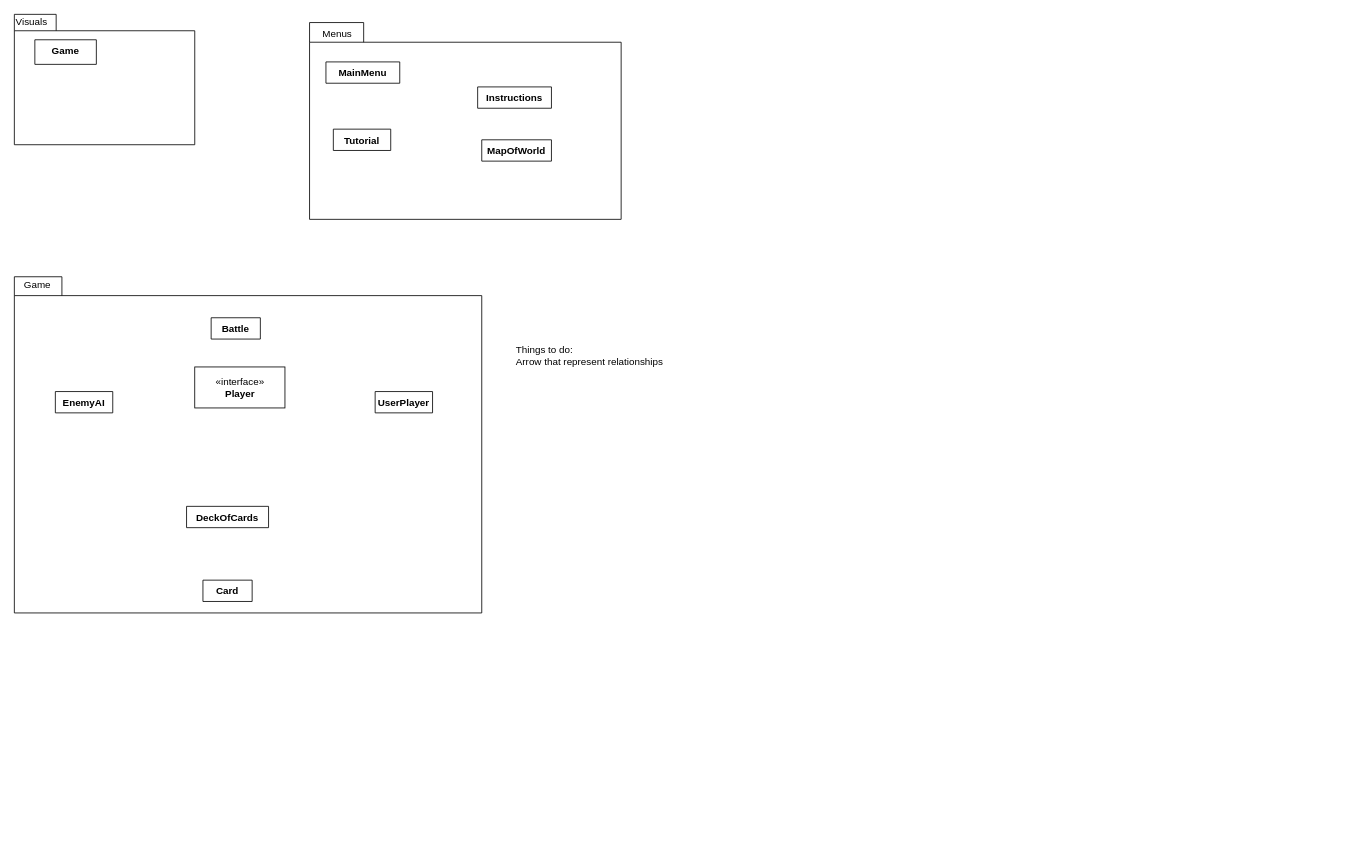
Above: UML class diagram.drawio in hughwilliams1/XDaysLeft (draw.io), before the change. Source tidied: cells renumbered, new cells numbered last; positions are measured from the earlier drawing's top-left corner, leaving out a move shared by most shapes. Both pictures are drawn from the tidied source at 82%, with x=0, y=0 at pixel (14, 14).
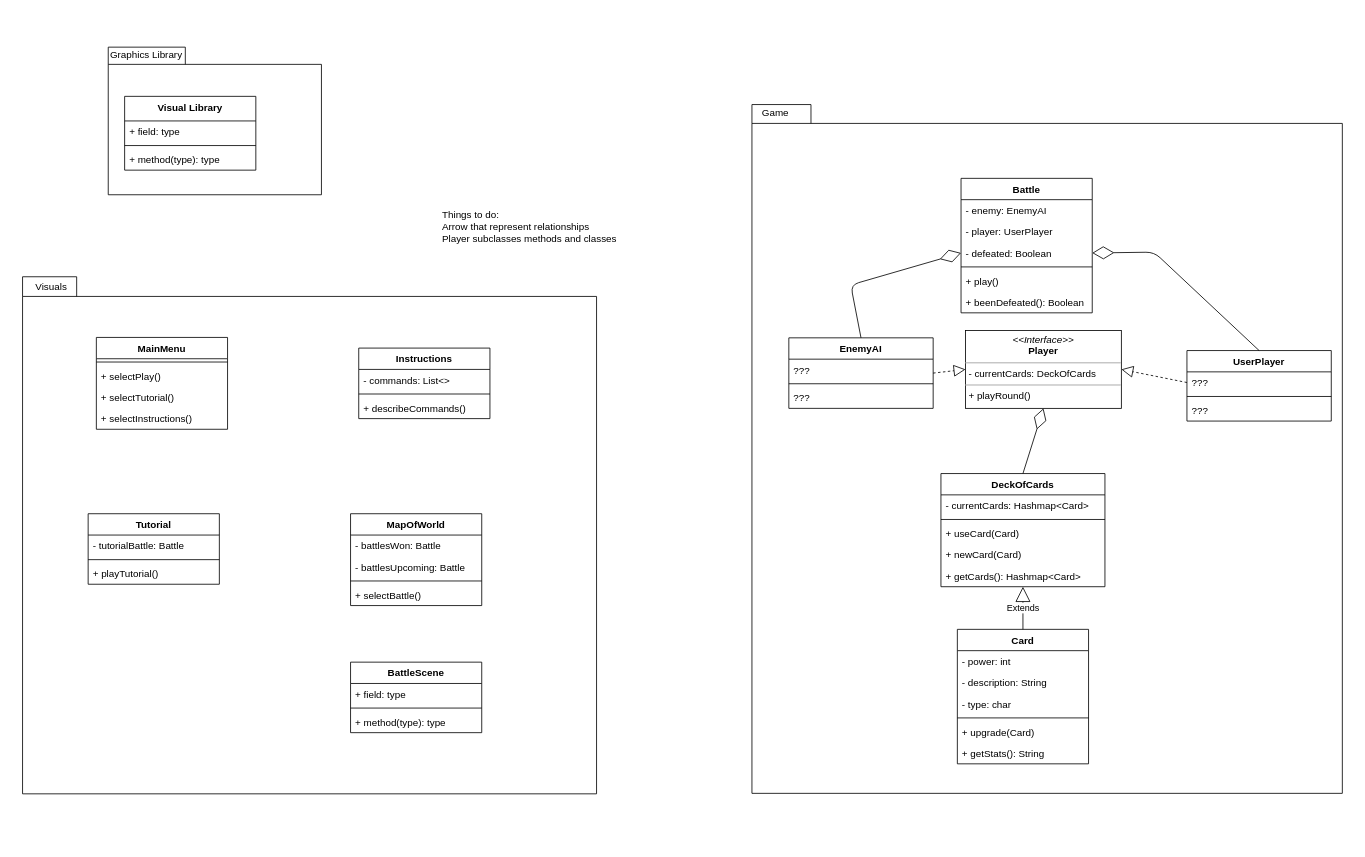
After the change.

The edit, as a diff of the source:
```diff
@@
-    <mxCell id="2" style="group;" parent="1" vertex="1">
-      <mxGeometry y="320" width="570" height="410" as="geometry" />
-    </mxCell>
-    <mxCell id="3" style="shape=folder;fontStyle=1;spacingTop=10;tabWidth=58;tabHeight=23;tabPosition=left;html=1;" parent="2" vertex="1">
-      <mxGeometry width="570" height="410" as="geometry" />
-    </mxCell>
-    <mxCell id="4" value="Game" style="text;html=1;align=left;verticalAlign=top;spacingTop=-4;" parent="2" vertex="1">
-      <mxGeometry x="9.5" width="50" height="20" as="geometry" />
-    </mxCell>
-    <mxCell id="5" value="DeckOfCards" style="swimlane;fontStyle=1;align=center;verticalAlign=top;horizontal=1;startSize=26;" parent="2" vertex="1" collapsed="1">
-      <mxGeometry x="210" y="280" width="100" height="26" as="geometry" />
-    </mxCell>
-    <mxCell id="6" value="Card" style="swimlane;fontStyle=1;align=center;verticalAlign=top;horizontal=1;startSize=26;" parent="2" vertex="1" collapsed="1">
-      <mxGeometry x="230" y="370" width="60" height="26" as="geometry" />
-    </mxCell>
-    <mxCell id="7" value="«interface»&lt;br&gt;&lt;b&gt;Player&lt;/b&gt;" style="html=1;" parent="2" vertex="1">
-      <mxGeometry x="220" y="110" width="110" height="50" as="geometry" />
-    </mxCell>
-    <mxCell id="8" value="UserPlayer" style="swimlane;fontStyle=1;align=center;verticalAlign=top;horizontal=1;startSize=26;" parent="2" vertex="1" collapsed="1">
-      <mxGeometry x="440" y="140" width="70" height="26" as="geometry" />
-    </mxCell>
-    <mxCell id="9" value="EnemyAI" style="swimlane;fontStyle=1;align=center;verticalAlign=top;horizontal=1;startSize=26;" parent="2" vertex="1" collapsed="1">
-      <mxGeometry x="50" y="140" width="70" height="26" as="geometry" />
-    </mxCell>
-    <mxCell id="10" value="Battle" style="swimlane;fontStyle=1;align=center;verticalAlign=top;horizontal=1;startSize=26;" parent="2" vertex="1" collapsed="1">
-      <mxGeometry x="240" y="50" width="60" height="26" as="geometry" />
-    </mxCell>
     <mxCell id="11" style="group;" parent="1" vertex="1">
-      <mxGeometry x="360" y="10" width="380" height="240" as="geometry" />
+      <mxGeometry x="10" y="320" width="700" height="690" as="geometry" />
     </mxCell>
     <mxCell id="12" style="shape=folder;fontStyle=1;spacingTop=10;tabWidth=66;tabHeight=24;tabPosition=left;html=1;" parent="11" vertex="1">
-      <mxGeometry width="380" height="240" as="geometry" />
+      <mxGeometry width="700" height="630.6" as="geometry" />
     </mxCell>
-    <mxCell id="13" value="Menus" style="text;html=1;align=left;verticalAlign=top;spacingTop=-4;" parent="11" vertex="1">
-      <mxGeometry x="14.1" y="4" width="50" height="20" as="geometry" />
+    <mxCell id="13" value="Visuals" style="text;html=1;align=left;verticalAlign=top;spacingTop=-4;" parent="11" vertex="1">
+      <mxGeometry x="14.1" y="3" width="50" height="20" as="geometry" />
     </mxCell>
+    <mxCell id="16" value="Tutorial" style="swimlane;fontStyle=1;align=center;verticalAlign=top;horizontal=1;startSize=26;" parent="11" vertex="1">
+      <mxGeometry x="80" y="289" width="160" height="86" as="geometry" />
+    </mxCell>
+    <mxCell id="23" value="- tutorialBattle: Battle" style="text;strokeColor=none;fillColor=none;align=left;verticalAlign=top;spacingLeft=4;spacingRight=4;overflow=hidden;" parent="16" vertex="1">
+      <mxGeometry y="26" width="160" height="26" as="geometry" />
+    </mxCell>
+    <mxCell id="24" style="line;strokeWidth=1;fillColor=none;align=left;verticalAlign=middle;spacingTop=-1;spacingLeft=3;spacingRight=3;labelPosition=right;" parent="16" vertex="1">
+      <mxGeometry y="52" width="160" height="8" as="geometry" />
+    </mxCell>
+    <mxCell id="25" value="+ playTutorial()" style="text;strokeColor=none;fillColor=none;align=left;verticalAlign=top;spacingLeft=4;spacingRight=4;overflow=hidden;" parent="16" vertex="1">
+      <mxGeometry y="60" width="160" height="26" as="geometry" />
+    </mxCell>
+    <mxCell id="26" value="BattleScene" style="swimlane;fontStyle=1;align=center;verticalAlign=top;horizontal=1;startSize=26;" parent="11" vertex="1">
+      <mxGeometry x="400" y="470" width="160" height="86" as="geometry" />
+    </mxCell>
+    <mxCell id="27" value="+ field: type" style="text;strokeColor=none;fillColor=none;align=left;verticalAlign=top;spacingLeft=4;spacingRight=4;overflow=hidden;" parent="26" vertex="1">
+      <mxGeometry y="26" width="160" height="26" as="geometry" />
+    </mxCell>
+    <mxCell id="28" style="line;strokeWidth=1;fillColor=none;align=left;verticalAlign=middle;spacingTop=-1;spacingLeft=3;spacingRight=3;labelPosition=right;" parent="26" vertex="1">
+      <mxGeometry y="52" width="160" height="8" as="geometry" />
+    </mxCell>
+    <mxCell id="29" value="+ method(type): type" style="text;strokeColor=none;fillColor=none;align=left;verticalAlign=top;spacingLeft=4;spacingRight=4;overflow=hidden;" parent="26" vertex="1">
+      <mxGeometry y="60" width="160" height="26" as="geometry" />
+    </mxCell>
+    <mxCell id="21" value="MainMenu" style="swimlane;fontStyle=1;align=center;verticalAlign=top;horizontal=1;startSize=26;" parent="11" vertex="1">
+      <mxGeometry x="90" y="74" width="160" height="112" as="geometry" />
+    </mxCell>
+    <mxCell id="30" style="line;strokeWidth=1;fillColor=none;align=left;verticalAlign=middle;spacingTop=-1;spacingLeft=3;spacingRight=3;labelPosition=right;" parent="21" vertex="1">
+      <mxGeometry y="26" width="160" height="8" as="geometry" />
+    </mxCell>
+    <mxCell id="31" value="+ selectPlay()" style="text;strokeColor=none;fillColor=none;align=left;verticalAlign=top;spacingLeft=4;spacingRight=4;overflow=hidden;" parent="21" vertex="1">
+      <mxGeometry y="34" width="160" height="26" as="geometry" />
+    </mxCell>
+    <mxCell id="32" value="+ selectTutorial()" style="text;strokeColor=none;fillColor=none;align=left;verticalAlign=top;spacingLeft=4;spacingRight=4;overflow=hidden;" parent="21" vertex="1">
+      <mxGeometry y="60" width="160" height="26" as="geometry" />
+    </mxCell>
+    <mxCell id="33" value="+ selectInstructions()" style="text;strokeColor=none;fillColor=none;align=left;verticalAlign=top;spacingLeft=4;spacingRight=4;overflow=hidden;" parent="21" vertex="1">
+      <mxGeometry y="86" width="160" height="26" as="geometry" />
+    </mxCell>
-    <mxCell id="14" value="Instructions" style="swimlane;fontStyle=1;align=center;verticalAlign=top;horizontal=1;startSize=26;" parent="11" vertex="1" collapsed="1">
-      <mxGeometry x="205" y="78.5" width="90" height="26" as="geometry" />
+    <mxCell id="14" value="Instructions" style="swimlane;fontStyle=1;align=center;verticalAlign=top;horizontal=1;startSize=26;" parent="11" vertex="1">
+      <mxGeometry x="410" y="87" width="160" height="86" as="geometry" />
     </mxCell>
+    <mxCell id="34" value="- commands: List&lt;&gt;" style="text;strokeColor=none;fillColor=none;align=left;verticalAlign=top;spacingLeft=4;spacingRight=4;overflow=hidden;" parent="14" vertex="1">
+      <mxGeometry y="26" width="160" height="26" as="geometry" />
+    </mxCell>
+    <mxCell id="35" style="line;strokeWidth=1;fillColor=none;align=left;verticalAlign=middle;spacingTop=-1;spacingLeft=3;spacingRight=3;labelPosition=right;" parent="14" vertex="1">
+      <mxGeometry y="52" width="160" height="8" as="geometry" />
+    </mxCell>
+    <mxCell id="36" value="+ describeCommands()" style="text;strokeColor=none;fillColor=none;align=left;verticalAlign=top;spacingLeft=4;spacingRight=4;overflow=hidden;" parent="14" vertex="1">
+      <mxGeometry y="60" width="160" height="26" as="geometry" />
+    </mxCell>
-    <mxCell id="15" value="MapOfWorld" style="swimlane;fontStyle=1;align=center;verticalAlign=top;horizontal=1;startSize=26;" parent="11" vertex="1" collapsed="1">
-      <mxGeometry x="210" y="143" width="85" height="26" as="geometry" />
+    <mxCell id="15" value="MapOfWorld" style="swimlane;fontStyle=1;align=center;verticalAlign=top;horizontal=1;startSize=26;" parent="11" vertex="1">
+      <mxGeometry x="400" y="289" width="160" height="112" as="geometry" />
     </mxCell>
-    <mxCell id="16" value="Tutorial" style="swimlane;fontStyle=1;align=center;verticalAlign=top;horizontal=1;startSize=26;" parent="11" vertex="1" collapsed="1">
-      <mxGeometry x="29" y="130" width="70" height="26" as="geometry" />
-    </mxCell>
+    <mxCell id="37" value="- battlesWon: Battle" style="text;strokeColor=none;fillColor=none;align=left;verticalAlign=top;spacingLeft=4;spacingRight=4;overflow=hidden;" parent="15" vertex="1">
+      <mxGeometry y="26" width="160" height="26" as="geometry" />
+    </mxCell>
+    <mxCell id="38" value="- battlesUpcoming: Battle" style="text;strokeColor=none;fillColor=none;align=left;verticalAlign=top;spacingLeft=4;spacingRight=4;overflow=hidden;" parent="15" vertex="1">
+      <mxGeometry y="52" width="160" height="26" as="geometry" />
+    </mxCell>
+    <mxCell id="39" style="line;strokeWidth=1;fillColor=none;align=left;verticalAlign=middle;spacingTop=-1;spacingLeft=3;spacingRight=3;labelPosition=right;" parent="15" vertex="1">
+      <mxGeometry y="78" width="160" height="8" as="geometry" />
+    </mxCell>
+    <mxCell id="40" value="+ selectBattle()" style="text;strokeColor=none;fillColor=none;align=left;verticalAlign=top;spacingLeft=4;spacingRight=4;overflow=hidden;" parent="15" vertex="1">
+      <mxGeometry y="86" width="160" height="26" as="geometry" />
+    </mxCell>
+    <mxCell id="22" value="Things to do:&lt;br&gt;Arrow that represent relationships&lt;br&gt;Player subclasses methods and classes" style="text;html=1;align=left;verticalAlign=top;spacingTop=-4;" parent="1" vertex="1">
+      <mxGeometry x="520" y="235" width="230" height="40" as="geometry" />
+    </mxCell>
+    <mxCell id="41" style="group;" parent="1" vertex="1">
+      <mxGeometry x="910" y="110" width="720" height="870" as="geometry" />
+    </mxCell>
+    <mxCell id="2" style="group;" parent="41" vertex="1">
+      <mxGeometry y="30" width="720" height="840" as="geometry" />
+    </mxCell>
+    <mxCell id="3" style="shape=folder;fontStyle=1;spacingTop=10;tabWidth=58;tabHeight=23;tabPosition=left;html=1;" parent="2" vertex="1">
+      <mxGeometry x="-10.5" y="-30" width="720" height="840" as="geometry" />
+    </mxCell>
+    <mxCell id="5" value="DeckOfCards" style="swimlane;fontStyle=1;align=center;verticalAlign=top;horizontal=1;startSize=26;" parent="2" vertex="1">
+      <mxGeometry x="220" y="420" width="200" height="138" as="geometry" />
+    </mxCell>
+    <mxCell id="42" value="- currentCards: Hashmap&lt;Card&gt;" style="text;strokeColor=none;fillColor=none;align=left;verticalAlign=top;spacingLeft=4;spacingRight=4;overflow=hidden;" parent="5" vertex="1">
+      <mxGeometry y="26" width="200" height="26" as="geometry" />
+    </mxCell>
+    <mxCell id="43" style="line;strokeWidth=1;fillColor=none;align=left;verticalAlign=middle;spacingTop=-1;spacingLeft=3;spacingRight=3;labelPosition=right;" parent="5" vertex="1">
+      <mxGeometry y="52" width="200" height="8" as="geometry" />
+    </mxCell>
+    <mxCell id="44" value="+ useCard(Card)" style="text;strokeColor=none;fillColor=none;align=left;verticalAlign=top;spacingLeft=4;spacingRight=4;overflow=hidden;" parent="5" vertex="1">
+      <mxGeometry y="60" width="200" height="26" as="geometry" />
+    </mxCell>
+    <mxCell id="45" value="+ newCard(Card)" style="text;strokeColor=none;fillColor=none;align=left;verticalAlign=top;spacingLeft=4;spacingRight=4;overflow=hidden;" parent="5" vertex="1">
+      <mxGeometry y="86" width="200" height="26" as="geometry" />
+    </mxCell>
+    <mxCell id="46" value="+ getCards(): Hashmap&lt;Card&gt;" style="text;strokeColor=none;fillColor=none;align=left;verticalAlign=top;spacingLeft=4;spacingRight=4;overflow=hidden;" parent="5" vertex="1">
+      <mxGeometry y="112" width="200" height="26" as="geometry" />
+    </mxCell>
+    <mxCell id="6" value="Card" style="swimlane;fontStyle=1;align=center;verticalAlign=top;horizontal=1;startSize=26;" parent="2" vertex="1">
+      <mxGeometry x="240" y="610" width="160" height="164" as="geometry" />
+    </mxCell>
+    <mxCell id="47" value="- power: int" style="text;strokeColor=none;fillColor=none;align=left;verticalAlign=top;spacingLeft=4;spacingRight=4;overflow=hidden;" parent="6" vertex="1">
+      <mxGeometry y="26" width="160" height="26" as="geometry" />
+    </mxCell>
+    <mxCell id="48" value="- description: String" style="text;strokeColor=none;fillColor=none;align=left;verticalAlign=top;spacingLeft=4;spacingRight=4;overflow=hidden;" parent="6" vertex="1">
+      <mxGeometry y="52" width="160" height="26" as="geometry" />
+    </mxCell>
+    <mxCell id="49" value="- type: char" style="text;strokeColor=none;fillColor=none;align=left;verticalAlign=top;spacingLeft=4;spacingRight=4;overflow=hidden;" parent="6" vertex="1">
+      <mxGeometry y="78" width="160" height="26" as="geometry" />
+    </mxCell>
+    <mxCell id="50" style="line;strokeWidth=1;fillColor=none;align=left;verticalAlign=middle;spacingTop=-1;spacingLeft=3;spacingRight=3;labelPosition=right;" parent="6" vertex="1">
+      <mxGeometry y="104" width="160" height="8" as="geometry" />
+    </mxCell>
+    <mxCell id="51" value="+ upgrade(Card)" style="text;strokeColor=none;fillColor=none;align=left;verticalAlign=top;spacingLeft=4;spacingRight=4;overflow=hidden;" parent="6" vertex="1">
+      <mxGeometry y="112" width="160" height="26" as="geometry" />
+    </mxCell>
+    <mxCell id="52" value="+ getStats(): String" style="text;strokeColor=none;fillColor=none;align=left;verticalAlign=top;spacingLeft=4;spacingRight=4;overflow=hidden;" parent="6" vertex="1">
+      <mxGeometry y="138" width="160" height="26" as="geometry" />
+    </mxCell>
+    <mxCell id="8" value="UserPlayer" style="swimlane;fontStyle=1;align=center;verticalAlign=top;horizontal=1;startSize=26;" parent="2" vertex="1">
+      <mxGeometry x="520" y="270" width="176" height="86" as="geometry" />
+    </mxCell>
+    <mxCell id="53" value="???" style="text;strokeColor=none;fillColor=none;align=left;verticalAlign=top;spacingLeft=4;spacingRight=4;overflow=hidden;points=[[0,0.5],[1,0.5]];portConstraint=eastwest;" parent="8" vertex="1">
+      <mxGeometry y="26" width="176" height="26" as="geometry" />
+    </mxCell>
+    <mxCell id="54" style="line;strokeWidth=1;fillColor=none;align=left;verticalAlign=middle;spacingTop=-1;spacingLeft=3;spacingRight=3;labelPosition=right;" parent="8" vertex="1">
+      <mxGeometry y="52" width="176" height="8" as="geometry" />
+    </mxCell>
+    <mxCell id="55" value="???" style="text;strokeColor=none;fillColor=none;align=left;verticalAlign=top;spacingLeft=4;spacingRight=4;overflow=hidden;" parent="8" vertex="1">
+      <mxGeometry y="60" width="176" height="26" as="geometry" />
+    </mxCell>
+    <mxCell id="9" value="EnemyAI" style="swimlane;fontStyle=1;align=center;verticalAlign=top;horizontal=1;startSize=26;" parent="2" vertex="1">
+      <mxGeometry x="34.5" y="254.5" width="176" height="86" as="geometry" />
+    </mxCell>
+    <mxCell id="56" value="???" style="text;strokeColor=none;fillColor=none;align=left;verticalAlign=top;spacingLeft=4;spacingRight=4;overflow=hidden;" parent="9" vertex="1">
+      <mxGeometry y="26" width="176" height="26" as="geometry" />
+    </mxCell>
+    <mxCell id="57" style="line;strokeWidth=1;fillColor=none;align=left;verticalAlign=middle;spacingTop=-1;spacingLeft=3;spacingRight=3;labelPosition=right;" parent="9" vertex="1">
+      <mxGeometry y="52" width="176" height="8" as="geometry" />
+    </mxCell>
+    <mxCell id="58" value="???" style="text;strokeColor=none;fillColor=none;align=left;verticalAlign=top;spacingLeft=4;spacingRight=4;overflow=hidden;" parent="9" vertex="1">
+      <mxGeometry y="60" width="176" height="26" as="geometry" />
+    </mxCell>
+    <mxCell id="10" value="Battle" style="swimlane;fontStyle=1;align=center;verticalAlign=top;horizontal=1;startSize=26;" parent="2" vertex="1">
+      <mxGeometry x="244.5" y="60" width="160" height="164" as="geometry" />
+    </mxCell>
+    <mxCell id="59" value="- enemy: EnemyAI" style="text;strokeColor=none;fillColor=none;align=left;verticalAlign=top;spacingLeft=4;spacingRight=4;overflow=hidden;" parent="10" vertex="1">
+      <mxGeometry y="26" width="160" height="26" as="geometry" />
+    </mxCell>
+    <mxCell id="60" value="- player: UserPlayer" style="text;strokeColor=none;fillColor=none;align=left;verticalAlign=top;spacingLeft=4;spacingRight=4;overflow=hidden;" parent="10" vertex="1">
+      <mxGeometry y="52" width="160" height="26" as="geometry" />
+    </mxCell>
+    <mxCell id="61" value="- defeated: Boolean" style="text;strokeColor=none;fillColor=none;align=left;verticalAlign=top;spacingLeft=4;spacingRight=4;overflow=hidden;points=[[0,0.5],[1,0.5]];portConstraint=eastwest;" parent="10" vertex="1">
+      <mxGeometry y="78" width="160" height="26" as="geometry" />
+    </mxCell>
+    <mxCell id="62" style="line;strokeWidth=1;fillColor=none;align=left;verticalAlign=middle;spacingTop=-1;spacingLeft=3;spacingRight=3;labelPosition=right;" parent="10" vertex="1">
+      <mxGeometry y="104" width="160" height="8" as="geometry" />
+    </mxCell>
+    <mxCell id="63" value="+ play()" style="text;strokeColor=none;fillColor=none;align=left;verticalAlign=top;spacingLeft=4;spacingRight=4;overflow=hidden;" parent="10" vertex="1">
+      <mxGeometry y="112" width="160" height="26" as="geometry" />
+    </mxCell>
+    <mxCell id="64" value="+ beenDefeated(): Boolean" style="text;strokeColor=none;fillColor=none;align=left;verticalAlign=top;spacingLeft=4;spacingRight=4;overflow=hidden;" parent="10" vertex="1">
+      <mxGeometry y="138" width="160" height="26" as="geometry" />
+    </mxCell>
+    <mxCell id="65" value="&lt;p style=&quot;margin: 0px ; margin-top: 4px ; text-align: center&quot;&gt;&lt;i&gt;&amp;lt;&amp;lt;Interface&amp;gt;&amp;gt;&lt;/i&gt;&lt;br&gt;&lt;b&gt;Player&lt;/b&gt;&lt;/p&gt;&lt;hr size=&quot;1&quot;&gt;&lt;p style=&quot;margin: 0px ; margin-left: 4px&quot;&gt;- currentCards: DeckOfCards&lt;br&gt;&lt;/p&gt;&lt;hr size=&quot;1&quot;&gt;&lt;p style=&quot;margin: 0px ; margin-left: 4px&quot;&gt;+ playRound()&lt;br&gt;&lt;/p&gt;" style="verticalAlign=top;align=left;overflow=fill;fontSize=12;fontFamily=Helvetica;html=1;" parent="2" vertex="1">
+      <mxGeometry x="250" y="245.5" width="190" height="95" as="geometry" />
+    </mxCell>
+    <mxCell id="66" value="Extends" style="endArrow=block;endSize=16;endFill=0;html=1;exitX=0.5;exitY=0;exitDx=0;exitDy=0;entryX=0.5;entryY=1;entryDx=0;entryDy=0;" parent="2" edge="1" source="6" target="5">
+      <mxGeometry relative="1" as="geometry" />
+    </mxCell>
+    <mxCell id="67" style="endArrow=diamondThin;endFill=0;endSize=24;html=1;entryX=0.5;entryY=1;entryDx=0;entryDy=0;exitX=0.5;exitY=0;exitDx=0;exitDy=0;" parent="2" edge="1" source="5" target="65">
+      <mxGeometry relative="1" as="geometry" />
+    </mxCell>
+    <mxCell id="68" style="endArrow=diamondThin;endFill=0;endSize=24;html=1;exitX=0.5;exitY=0;exitDx=0;exitDy=0;entryX=0;entryY=0.5;entryDx=0;entryDy=0;" parent="2" edge="1" source="9" target="61">
+      <mxGeometry relative="1" as="geometry">
+        <Array as="points">
+          <mxPoint x="110" y="190" />
+        </Array>
+      </mxGeometry>
+    </mxCell>
+    <mxCell id="69" style="endArrow=diamondThin;endFill=0;endSize=24;html=1;exitX=0.5;exitY=0;exitDx=0;exitDy=0;entryX=1;entryY=0.5;entryDx=0;entryDy=0;" parent="2" edge="1" source="8" target="61">
+      <mxGeometry relative="1" as="geometry">
+        <Array as="points">
+          <mxPoint x="480" y="150" />
+        </Array>
+      </mxGeometry>
+    </mxCell>
+    <mxCell id="70" style="endArrow=block;dashed=1;endFill=0;endSize=12;html=1;entryX=0;entryY=0.5;entryDx=0;entryDy=0;exitX=1;exitY=0.5;exitDx=0;exitDy=0;" parent="2" edge="1" source="9" target="65">
+      <mxGeometry relative="1" as="geometry" />
+    </mxCell>
+    <mxCell id="71" style="endArrow=block;dashed=1;endFill=0;endSize=12;html=1;entryX=1;entryY=0.5;entryDx=0;entryDy=0;exitX=0;exitY=0.5;exitDx=0;exitDy=0;" parent="2" edge="1" source="53" target="65">
+      <mxGeometry relative="1" as="geometry" />
+    </mxCell>
+    <mxCell id="4" value="Game" style="text;html=1;align=left;verticalAlign=top;spacingTop=-4;" parent="41" vertex="1">
+      <mxGeometry width="50" height="20" as="geometry" />
+    </mxCell>
+    <mxCell id="72" style="group;" parent="1" vertex="1">
+      <mxGeometry x="114.5" y="40" width="260" height="180" as="geometry" />
+    </mxCell>
-    <mxCell id="17" style="group;" parent="1" vertex="1">
-      <mxGeometry width="220" height="159" as="geometry" />
+    <mxCell id="17" style="group;" parent="72" vertex="1">
+      <mxGeometry width="260" height="180" as="geometry" />
     </mxCell>
-    <mxCell id="18" style="shape=folder;fontStyle=1;spacingTop=10;tabWidth=51;tabHeight=20;tabPosition=left;html=1;" parent="17" vertex="1">
-      <mxGeometry width="220" height="159" as="geometry" />
+    <mxCell id="18" style="shape=folder;fontStyle=1;spacingTop=10;tabWidth=94;tabHeight=21;tabPosition=left;html=1;" parent="17" vertex="1">
+      <mxGeometry width="260" height="180" as="geometry" />
     </mxCell>
-    <mxCell id="19" value="Visuals" style="text;html=1;align=left;verticalAlign=top;spacingTop=-4;" parent="17" vertex="1">
-      <mxGeometry width="50" height="20" as="geometry" />
+    <mxCell id="19" value="Graphics Library" style="text;html=1;align=left;verticalAlign=top;spacingTop=-4;" parent="17" vertex="1">
+      <mxGeometry width="100" height="20" as="geometry" />
     </mxCell>
-    <mxCell id="20" value="Game" style="swimlane;fontStyle=1;align=center;verticalAlign=top;horizontal=1;startSize=30;" parent="1" vertex="1" collapsed="1">
-      <mxGeometry x="25" y="31" width="75" height="30" as="geometry" />
+    <mxCell id="20" value="Visual Library" style="swimlane;fontStyle=1;align=center;verticalAlign=top;horizontal=1;startSize=30;" parent="17" vertex="1">
+      <mxGeometry x="20" y="60" width="160" height="90" as="geometry" />
     </mxCell>
-    <mxCell id="21" value="MainMenu" style="swimlane;fontStyle=1;align=center;verticalAlign=top;horizontal=1;startSize=26;" parent="1" vertex="1" collapsed="1">
-      <mxGeometry x="380" y="58" width="90" height="26" as="geometry" />
-    </mxCell>
-    <mxCell id="22" value="Things to do:&lt;br&gt;Arrow that represent relationships" style="text;html=1;align=left;verticalAlign=top;spacingTop=-4;" parent="1" vertex="1">
-      <mxGeometry x="610" y="400" width="190" height="30" as="geometry" />
-    </mxCell>
+    <mxCell id="73" value="+ field: type" style="text;strokeColor=none;fillColor=none;align=left;verticalAlign=top;spacingLeft=4;spacingRight=4;overflow=hidden;" parent="20" vertex="1">
+      <mxGeometry y="30" width="160" height="26" as="geometry" />
+    </mxCell>
+    <mxCell id="74" style="line;strokeWidth=1;fillColor=none;align=left;verticalAlign=middle;spacingTop=-1;spacingLeft=3;spacingRight=3;labelPosition=right;" parent="20" vertex="1">
+      <mxGeometry y="56" width="160" height="8" as="geometry" />
+    </mxCell>
+    <mxCell id="75" value="+ method(type): type" style="text;strokeColor=none;fillColor=none;align=left;verticalAlign=top;spacingLeft=4;spacingRight=4;overflow=hidden;" parent="20" vertex="1">
+      <mxGeometry y="64" width="160" height="26" as="geometry" />
+    </mxCell>
```
